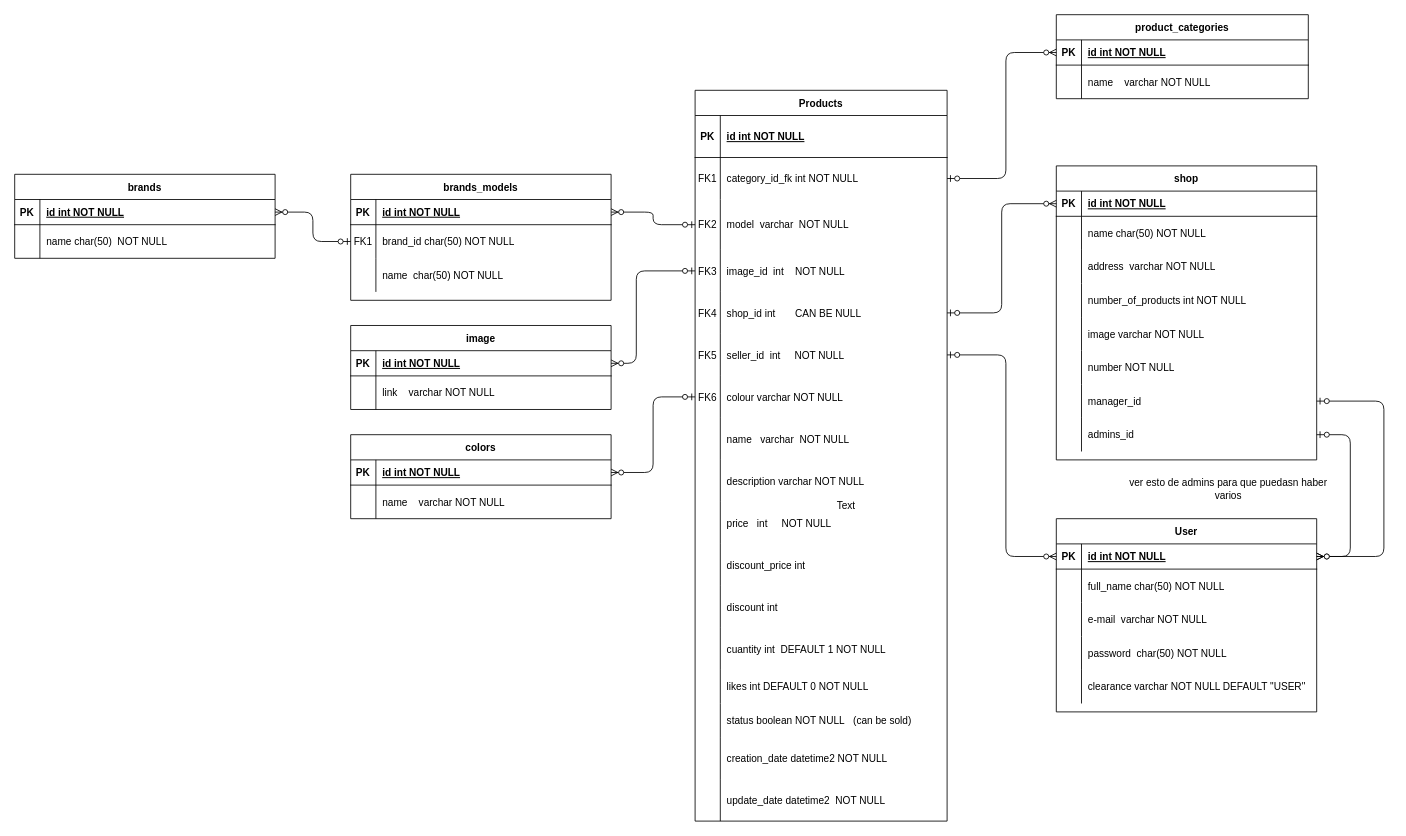
This is src/data/Sprint6BaseDeDatos.drawio from MateoRojas2208/grupo_4_TrueTech, a draw.io file, before an edit. Source tidied: cells renumbered, new cells numbered last; positions are measured from the earlier drawing's top-left corner, leaving out a move shared by most shapes. Both pictures are drawn from the tidied source at 84%, with x=0, y=0 at pixel (14, 14).
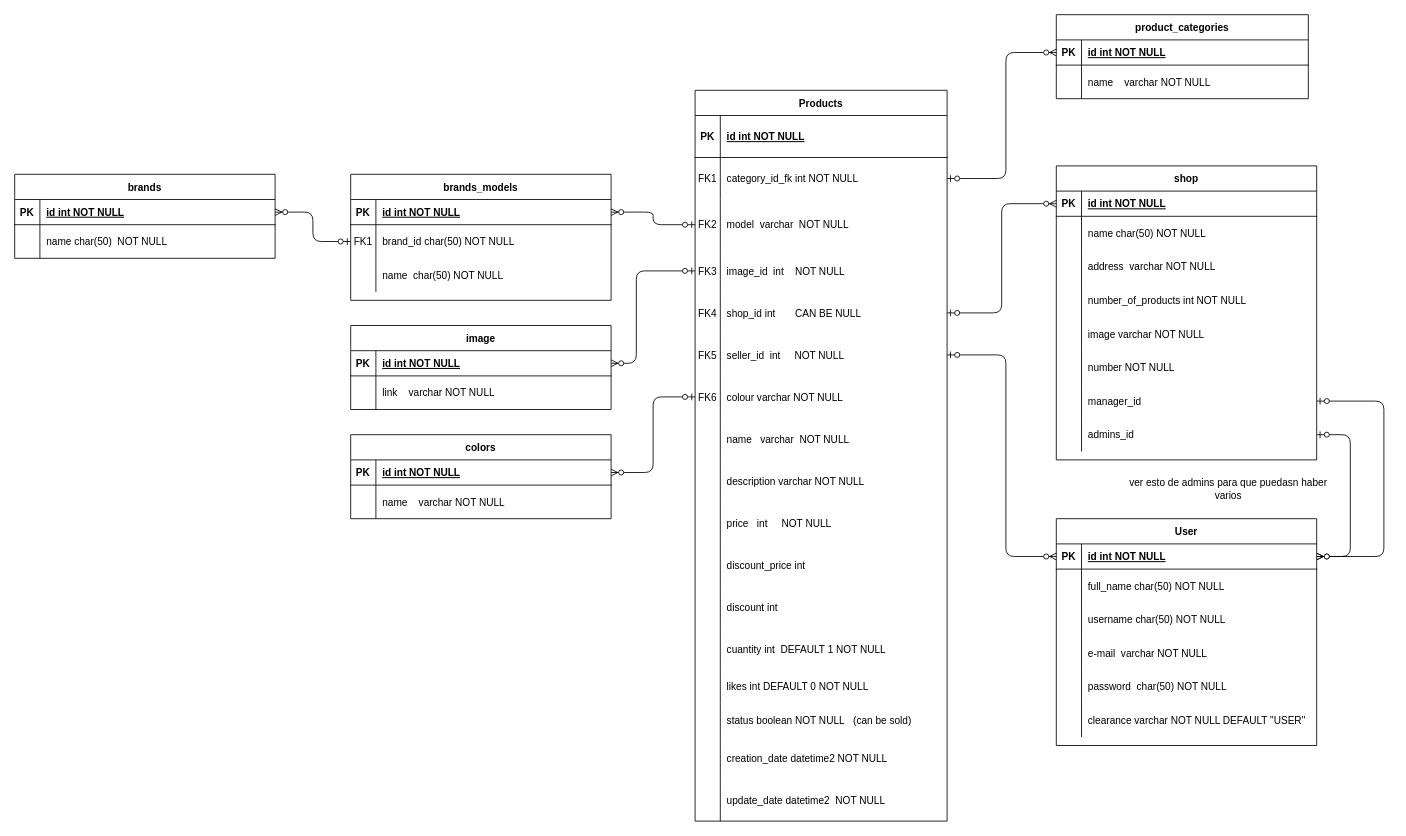
Above is the later version.

Commit message (it also covers changes not shown here):
diagrama base de datos

What changed in the source:
```diff
@@
     <mxCell id="65" value="User" style="shape=table;startSize=30;childLayout=tableLayout;rowLines=0;fontStyle=1;align=center;" parent="1" vertex="1">
-      <mxGeometry x="1240" y="600" width="310" height="230" as="geometry" />
+      <mxGeometry x="1240" y="600" width="310" height="270" as="geometry" />
     </mxCell>
@@
+    <mxCell id="144" style="shape=partialRectangle;fillColor=none;top=0;left=0;right=0;bottom=0;" parent="65" vertex="1">
+      <mxGeometry y="100" width="310" height="40" as="geometry" />
+    </mxCell>
+    <mxCell id="145" style="shape=partialRectangle;overflow=hidden;fillColor=none;top=0;left=0;bottom=0;right=0;" parent="144" vertex="1">
+      <mxGeometry width="30" height="40" as="geometry" />
+    </mxCell>
+    <mxCell id="146" value="username char(50) NOT NULL" style="shape=partialRectangle;overflow=hidden;fillColor=none;top=0;left=0;bottom=0;right=0;align=left;spacingLeft=6;" parent="144" vertex="1">
+      <mxGeometry x="30" width="280" height="40" as="geometry" />
+    </mxCell>
     <mxCell id="72" style="shape=partialRectangle;fillColor=none;top=0;left=0;right=0;bottom=0;" parent="65" vertex="1">
-      <mxGeometry y="100" width="310" height="40" as="geometry" />
+      <mxGeometry y="140" width="310" height="40" as="geometry" />
     </mxCell>
@@
     <mxCell id="75" style="shape=partialRectangle;fillColor=none;top=0;left=0;right=0;bottom=0;" parent="65" vertex="1">
-      <mxGeometry y="140" width="310" height="40" as="geometry" />
+      <mxGeometry y="180" width="310" height="40" as="geometry" />
     </mxCell>
@@
     <mxCell id="78" style="shape=partialRectangle;fillColor=none;top=0;left=0;right=0;bottom=0;" parent="65" vertex="1">
-      <mxGeometry y="180" width="310" height="40" as="geometry" />
+      <mxGeometry y="220" width="310" height="40" as="geometry" />
     </mxCell>
@@
-    <mxCell id="143" value="Text" style="text;html=1;strokeColor=none;fillColor=none;align=center;verticalAlign=middle;whiteSpace=wrap;rounded=0;" parent="1" vertex="1">
-      <mxGeometry x="960" y="570" width="60" height="30" as="geometry" />
-    </mxCell>
```
